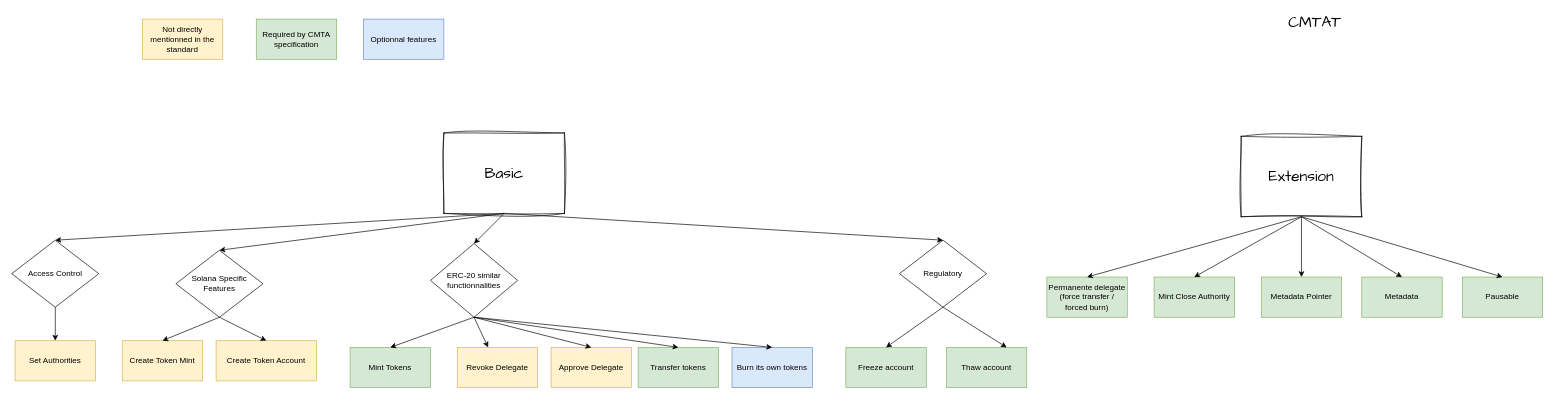
Above: page "extension" (2 of 2) of schema/solana-cmtat.drawio in CMTA/CMTAT_Solana (draw.io), before the change. Source tidied: cells renumbered, new cells numbered last; positions are measured from the earlier drawing's top-left corner, leaving out a move shared by most shapes. Both pictures are drawn from the tidied source at 67%, with x=0, y=0 at pixel (11, 12).
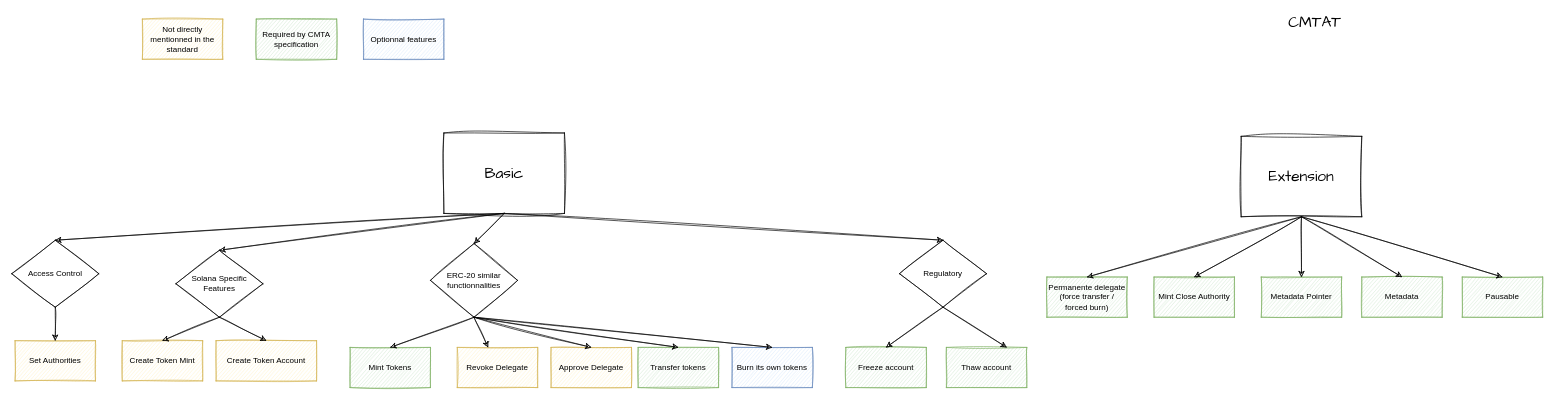
The same page after the edit.

Unchanged cells that the change refers to:
```xml
<mxCell id="2" value="Extension" style="rounded=0;whiteSpace=wrap;html=1;sketch=1;hachureGap=4;jiggle=2;fontFamily=Architects Daughter;fontSize=23;" parent="1" vertex="1">
  <mxGeometry x="1835" y="185" width="180" height="120" as="geometry" />
</mxCell>
<mxCell id="9" value="Basic" style="rounded=0;whiteSpace=wrap;html=1;sketch=1;hachureGap=4;jiggle=2;fontFamily=Architects Daughter;fontSize=23;" parent="1" vertex="1">
  <mxGeometry x="645" y="180" width="180" height="120" as="geometry" />
</mxCell>
```

What changed in the source:
```diff
@@
-    <mxCell id="4" value="Mint Close Authority" style="rounded=0;whiteSpace=wrap;html=1;fillColor=#d5e8d4;strokeColor=#82b366;" parent="1" vertex="1">
+    <mxCell id="4" value="Mint Close Authority" style="rounded=0;whiteSpace=wrap;html=1;fillColor=#d5e8d4;strokeColor=#82b366;sketch=1;" parent="1" vertex="1">
       <mxGeometry x="1705" y="395" width="120" height="60" as="geometry" />
     </mxCell>
-    <mxCell id="5" value="Permanente delegate&lt;br&gt;(force transfer / forced burn)" style="rounded=0;whiteSpace=wrap;html=1;fillColor=#d5e8d4;strokeColor=#82b366;" parent="1" vertex="1">
+    <mxCell id="5" value="Permanente delegate&lt;br&gt;(force transfer / forced burn)" style="rounded=0;whiteSpace=wrap;html=1;fillColor=#d5e8d4;strokeColor=#82b366;sketch=1;" parent="1" vertex="1">
       <mxGeometry x="1545" y="395" width="120" height="60" as="geometry" />
     </mxCell>
-    <mxCell id="6" value="Metadata Pointer" style="rounded=0;whiteSpace=wrap;html=1;fillColor=#d5e8d4;strokeColor=#82b366;" parent="1" vertex="1">
+    <mxCell id="6" value="Metadata Pointer" style="rounded=0;whiteSpace=wrap;html=1;fillColor=#d5e8d4;strokeColor=#82b366;sketch=1;" parent="1" vertex="1">
       <mxGeometry x="1865" y="395" width="120" height="60" as="geometry" />
     </mxCell>
-    <mxCell id="7" value="Metadata" style="rounded=0;whiteSpace=wrap;html=1;fillColor=#d5e8d4;strokeColor=#82b366;" parent="1" vertex="1">
+    <mxCell id="7" value="Metadata" style="rounded=0;whiteSpace=wrap;html=1;fillColor=#d5e8d4;strokeColor=#82b366;sketch=1;" parent="1" vertex="1">
       <mxGeometry x="2015" y="395" width="120" height="60" as="geometry" />
     </mxCell>
-    <mxCell id="8" value="Pausable" style="rounded=0;whiteSpace=wrap;html=1;fillColor=#d5e8d4;strokeColor=#82b366;" parent="1" vertex="1">
+    <mxCell id="8" value="Pausable" style="rounded=0;whiteSpace=wrap;html=1;fillColor=#d5e8d4;strokeColor=#82b366;sketch=1;" parent="1" vertex="1">
       <mxGeometry x="2165" y="395" width="120" height="60" as="geometry" />
     </mxCell>
@@
-    <mxCell id="10" style="endArrow=classic;html=1;rounded=0;exitX=0.5;exitY=1;exitDx=0;exitDy=0;entryX=0.5;entryY=0;entryDx=0;entryDy=0;" parent="1" edge="1" source="2" target="5">
+    <mxCell id="10" style="endArrow=classic;html=1;rounded=0;exitX=0.5;exitY=1;exitDx=0;exitDy=0;entryX=0.5;entryY=0;entryDx=0;entryDy=0;sketch=1;" parent="1" edge="1" source="2" target="5">
       <mxGeometry relative="1" as="geometry" />
     </mxCell>
-    <mxCell id="11" style="endArrow=classic;html=1;rounded=0;exitX=0.5;exitY=1;exitDx=0;exitDy=0;entryX=0.5;entryY=0;entryDx=0;entryDy=0;" parent="1" edge="1" source="2" target="4">
+    <mxCell id="11" style="endArrow=classic;html=1;rounded=0;exitX=0.5;exitY=1;exitDx=0;exitDy=0;entryX=0.5;entryY=0;entryDx=0;entryDy=0;sketch=1;" parent="1" edge="1" source="2" target="4">
       <mxGeometry relative="1" as="geometry" />
     </mxCell>
-    <mxCell id="12" style="endArrow=classic;html=1;rounded=0;exitX=0.5;exitY=1;exitDx=0;exitDy=0;entryX=0.5;entryY=0;entryDx=0;entryDy=0;" parent="1" edge="1" source="2" target="6">
+    <mxCell id="12" style="endArrow=classic;html=1;rounded=0;exitX=0.5;exitY=1;exitDx=0;exitDy=0;entryX=0.5;entryY=0;entryDx=0;entryDy=0;sketch=1;" parent="1" edge="1" source="2" target="6">
       <mxGeometry relative="1" as="geometry" />
     </mxCell>
-    <mxCell id="13" style="endArrow=classic;html=1;rounded=0;entryX=0.5;entryY=0;entryDx=0;entryDy=0;" parent="1" edge="1" target="7">
+    <mxCell id="13" style="endArrow=classic;html=1;rounded=0;entryX=0.5;entryY=0;entryDx=0;entryDy=0;sketch=1;" parent="1" edge="1" target="7">
       <mxGeometry relative="1" as="geometry">
         <mxPoint x="1925" y="305" as="sourcePoint" />
       </mxGeometry>
     </mxCell>
-    <mxCell id="14" style="endArrow=classic;html=1;rounded=0;entryX=0.5;entryY=0;entryDx=0;entryDy=0;" parent="1" edge="1" target="8">
+    <mxCell id="14" style="endArrow=classic;html=1;rounded=0;entryX=0.5;entryY=0;entryDx=0;entryDy=0;sketch=1;" parent="1" edge="1" target="8">
       <mxGeometry relative="1" as="geometry">
         <mxPoint x="1925" y="305" as="sourcePoint" />
       </mxGeometry>
     </mxCell>
-    <mxCell id="15" value="Create Token Mint" style="rounded=0;whiteSpace=wrap;html=1;fillColor=#fff2cc;strokeColor=#d6b656;" parent="1" vertex="1">
+    <mxCell id="15" value="Create Token Mint" style="rounded=0;whiteSpace=wrap;html=1;fillColor=#fff2cc;strokeColor=#d6b656;sketch=1;" parent="1" vertex="1">
       <mxGeometry x="165" y="490" width="120" height="60" as="geometry" />
     </mxCell>
-    <mxCell id="16" value="Revoke Delegate" style="rounded=0;whiteSpace=wrap;html=1;fillColor=#fff2cc;strokeColor=#d6b656;" parent="1" vertex="1">
+    <mxCell id="16" value="Revoke Delegate" style="rounded=0;whiteSpace=wrap;html=1;fillColor=#fff2cc;strokeColor=#d6b656;sketch=1;" parent="1" vertex="1">
       <mxGeometry x="665" y="500" width="120" height="60" as="geometry" />
     </mxCell>
-    <mxCell id="17" value="Burn its own tokens" style="rounded=0;whiteSpace=wrap;html=1;fillColor=#dae8fc;strokeColor=#6c8ebf;" parent="1" vertex="1">
+    <mxCell id="17" value="Burn its own tokens" style="rounded=0;whiteSpace=wrap;html=1;fillColor=#dae8fc;strokeColor=#6c8ebf;sketch=1;" parent="1" vertex="1">
       <mxGeometry x="1075" y="500" width="120" height="60" as="geometry" />
     </mxCell>
-    <mxCell id="18" value="Freeze account" style="rounded=0;whiteSpace=wrap;html=1;fillColor=#d5e8d4;strokeColor=#82b366;" parent="1" vertex="1">
+    <mxCell id="18" value="Freeze account" style="rounded=0;whiteSpace=wrap;html=1;fillColor=#d5e8d4;strokeColor=#82b366;sketch=1;" parent="1" vertex="1">
       <mxGeometry x="1245" y="500" width="120" height="60" as="geometry" />
     </mxCell>
-    <mxCell id="19" value="Solana Specific Features" style="rhombus;whiteSpace=wrap;html=1;" parent="1" vertex="1">
+    <mxCell id="19" value="Solana Specific Features" style="rhombus;whiteSpace=wrap;html=1;sketch=1;" parent="1" vertex="1">
       <mxGeometry x="245" y="355" width="130" height="100" as="geometry" />
     </mxCell>
-    <mxCell id="20" value="Create Token Account" style="rounded=0;whiteSpace=wrap;html=1;fillColor=#fff2cc;strokeColor=#d6b656;" parent="1" vertex="1">
+    <mxCell id="20" value="Create Token Account" style="rounded=0;whiteSpace=wrap;html=1;fillColor=#fff2cc;strokeColor=#d6b656;sketch=1;" parent="1" vertex="1">
       <mxGeometry x="305" y="490" width="150" height="60" as="geometry" />
     </mxCell>
-    <mxCell id="21" value="Mint Tokens" style="rounded=0;whiteSpace=wrap;html=1;fillColor=#d5e8d4;strokeColor=#82b366;" parent="1" vertex="1">
+    <mxCell id="21" value="Mint Tokens" style="rounded=0;whiteSpace=wrap;html=1;fillColor=#d5e8d4;strokeColor=#82b366;sketch=1;" parent="1" vertex="1">
       <mxGeometry x="505" y="500" width="120" height="60" as="geometry" />
     </mxCell>
-    <mxCell id="22" style="endArrow=classic;html=1;rounded=0;entryX=0.5;entryY=0;entryDx=0;entryDy=0;" parent="1" edge="1" target="19">
+    <mxCell id="22" style="endArrow=classic;html=1;rounded=0;entryX=0.5;entryY=0;entryDx=0;entryDy=0;sketch=1;" parent="1" edge="1" target="19">
       <mxGeometry relative="1" as="geometry">
         <mxPoint x="735" y="300" as="sourcePoint" />
       </mxGeometry>
     </mxCell>
-    <mxCell id="23" style="endArrow=classic;html=1;rounded=0;exitX=0.5;exitY=1;exitDx=0;exitDy=0;entryX=0.5;entryY=0;entryDx=0;entryDy=0;" parent="1" edge="1" source="19" target="15">
+    <mxCell id="23" style="endArrow=classic;html=1;rounded=0;exitX=0.5;exitY=1;exitDx=0;exitDy=0;entryX=0.5;entryY=0;entryDx=0;entryDy=0;sketch=1;" parent="1" edge="1" source="19" target="15">
       <mxGeometry relative="1" as="geometry" />
     </mxCell>
-    <mxCell id="24" style="endArrow=classic;html=1;rounded=0;entryX=0.5;entryY=0;entryDx=0;entryDy=0;exitX=0.5;exitY=1;exitDx=0;exitDy=0;" parent="1" edge="1" source="19" target="20">
+    <mxCell id="24" style="endArrow=classic;html=1;rounded=0;entryX=0.5;entryY=0;entryDx=0;entryDy=0;exitX=0.5;exitY=1;exitDx=0;exitDy=0;sketch=1;" parent="1" edge="1" source="19" target="20">
       <mxGeometry relative="1" as="geometry" />
     </mxCell>
-    <mxCell id="25" style="endArrow=classic;html=1;rounded=0;entryX=0.5;entryY=0;entryDx=0;entryDy=0;exitX=0.5;exitY=1;exitDx=0;exitDy=0;" parent="1" edge="1" source="27" target="21">
+    <mxCell id="25" style="endArrow=classic;html=1;rounded=0;entryX=0.5;entryY=0;entryDx=0;entryDy=0;exitX=0.5;exitY=1;exitDx=0;exitDy=0;sketch=1;" parent="1" edge="1" source="27" target="21">
       <mxGeometry relative="1" as="geometry" />
     </mxCell>
-    <mxCell id="26" value="Regulatory" style="rhombus;whiteSpace=wrap;html=1;" parent="1" vertex="1">
+    <mxCell id="26" value="Regulatory" style="rhombus;whiteSpace=wrap;html=1;sketch=1;" parent="1" vertex="1">
       <mxGeometry x="1325" y="340" width="130" height="100" as="geometry" />
     </mxCell>
-    <mxCell id="27" value="ERC-20 similar functionnalities" style="rhombus;whiteSpace=wrap;html=1;" parent="1" vertex="1">
+    <mxCell id="27" value="ERC-20 similar functionnalities" style="rhombus;whiteSpace=wrap;html=1;sketch=1;" parent="1" vertex="1">
       <mxGeometry x="625" y="345" width="130" height="110" as="geometry" />
     </mxCell>
-    <mxCell id="28" value="Approve Delegate" style="rounded=0;whiteSpace=wrap;html=1;fillColor=#fff2cc;strokeColor=#d6b656;" parent="1" vertex="1">
+    <mxCell id="28" value="Approve Delegate" style="rounded=0;whiteSpace=wrap;html=1;fillColor=#fff2cc;strokeColor=#d6b656;sketch=1;" parent="1" vertex="1">
       <mxGeometry x="805" y="500" width="120" height="60" as="geometry" />
     </mxCell>
-    <mxCell id="29" style="endArrow=classic;html=1;rounded=0;exitX=0.5;exitY=1;exitDx=0;exitDy=0;entryX=0.5;entryY=0;entryDx=0;entryDy=0;" parent="1" edge="1" source="9" target="27">
+    <mxCell id="29" style="endArrow=classic;html=1;rounded=0;exitX=0.5;exitY=1;exitDx=0;exitDy=0;entryX=0.5;entryY=0;entryDx=0;entryDy=0;sketch=1;" parent="1" edge="1" source="9" target="27">
       <mxGeometry relative="1" as="geometry" />
     </mxCell>
-    <mxCell id="30" style="endArrow=classic;html=1;rounded=0;exitX=0.5;exitY=1;exitDx=0;exitDy=0;" parent="1" edge="1" source="27" target="16">
+    <mxCell id="30" style="endArrow=classic;html=1;rounded=0;exitX=0.5;exitY=1;exitDx=0;exitDy=0;sketch=1;" parent="1" edge="1" source="27" target="16">
       <mxGeometry relative="1" as="geometry" />
     </mxCell>
-    <mxCell id="31" style="endArrow=classic;html=1;rounded=0;entryX=0.5;entryY=0;entryDx=0;entryDy=0;exitX=0.5;exitY=1;exitDx=0;exitDy=0;" parent="1" edge="1" source="27" target="28">
+    <mxCell id="31" style="endArrow=classic;html=1;rounded=0;entryX=0.5;entryY=0;entryDx=0;entryDy=0;exitX=0.5;exitY=1;exitDx=0;exitDy=0;sketch=1;" parent="1" edge="1" source="27" target="28">
       <mxGeometry relative="1" as="geometry" />
     </mxCell>
-    <mxCell id="32" value="Transfer tokens" style="rounded=0;whiteSpace=wrap;html=1;fillColor=#d5e8d4;strokeColor=#82b366;" parent="1" vertex="1">
+    <mxCell id="32" value="Transfer tokens" style="rounded=0;whiteSpace=wrap;html=1;fillColor=#d5e8d4;strokeColor=#82b366;sketch=1;" parent="1" vertex="1">
       <mxGeometry x="935" y="500" width="120" height="60" as="geometry" />
     </mxCell>
-    <mxCell id="33" style="endArrow=classic;html=1;rounded=0;entryX=0.5;entryY=0;entryDx=0;entryDy=0;exitX=0.5;exitY=1;exitDx=0;exitDy=0;" parent="1" edge="1" source="27" target="32">
+    <mxCell id="33" style="endArrow=classic;html=1;rounded=0;entryX=0.5;entryY=0;entryDx=0;entryDy=0;exitX=0.5;exitY=1;exitDx=0;exitDy=0;sketch=1;" parent="1" edge="1" source="27" target="32">
       <mxGeometry relative="1" as="geometry" />
     </mxCell>
-    <mxCell id="34" style="endArrow=classic;html=1;rounded=0;entryX=0.5;entryY=0;entryDx=0;entryDy=0;" parent="1" edge="1" target="26">
+    <mxCell id="34" style="endArrow=classic;html=1;rounded=0;entryX=0.5;entryY=0;entryDx=0;entryDy=0;sketch=1;" parent="1" edge="1" target="26">
       <mxGeometry relative="1" as="geometry">
         <mxPoint x="735" y="300" as="sourcePoint" />
       </mxGeometry>
     </mxCell>
-    <mxCell id="35" style="endArrow=classic;html=1;rounded=0;exitX=0.5;exitY=1;exitDx=0;exitDy=0;entryX=0.5;entryY=0;entryDx=0;entryDy=0;" parent="1" edge="1" source="27" target="17">
+    <mxCell id="35" style="endArrow=classic;html=1;rounded=0;exitX=0.5;exitY=1;exitDx=0;exitDy=0;entryX=0.5;entryY=0;entryDx=0;entryDy=0;sketch=1;" parent="1" edge="1" source="27" target="17">
       <mxGeometry relative="1" as="geometry" />
     </mxCell>
-    <mxCell id="36" value="Thaw account" style="rounded=0;whiteSpace=wrap;html=1;fillColor=#d5e8d4;strokeColor=#82b366;" parent="1" vertex="1">
+    <mxCell id="36" value="Thaw account" style="rounded=0;whiteSpace=wrap;html=1;fillColor=#d5e8d4;strokeColor=#82b366;sketch=1;" parent="1" vertex="1">
       <mxGeometry x="1395" y="500" width="120" height="60" as="geometry" />
     </mxCell>
-    <mxCell id="37" style="endArrow=classic;html=1;rounded=0;exitX=0.5;exitY=1;exitDx=0;exitDy=0;entryX=0.75;entryY=0;entryDx=0;entryDy=0;" parent="1" edge="1" source="26" target="36">
+    <mxCell id="37" style="endArrow=classic;html=1;rounded=0;exitX=0.5;exitY=1;exitDx=0;exitDy=0;entryX=0.75;entryY=0;entryDx=0;entryDy=0;sketch=1;" parent="1" edge="1" source="26" target="36">
       <mxGeometry relative="1" as="geometry" />
     </mxCell>
-    <mxCell id="38" style="endArrow=classic;html=1;rounded=0;exitX=0.5;exitY=1;exitDx=0;exitDy=0;entryX=0.5;entryY=0;entryDx=0;entryDy=0;" parent="1" edge="1" source="26" target="18">
+    <mxCell id="38" style="endArrow=classic;html=1;rounded=0;exitX=0.5;exitY=1;exitDx=0;exitDy=0;entryX=0.5;entryY=0;entryDx=0;entryDy=0;sketch=1;" parent="1" edge="1" source="26" target="18">
       <mxGeometry relative="1" as="geometry" />
     </mxCell>
-    <mxCell id="39" value="Access Control" style="rhombus;whiteSpace=wrap;html=1;" parent="1" vertex="1">
+    <mxCell id="39" value="Access Control" style="rhombus;whiteSpace=wrap;html=1;sketch=1;" parent="1" vertex="1">
       <mxGeometry y="340" width="130" height="100" as="geometry" />
     </mxCell>
-    <mxCell id="40" value="Set Authorities" style="rounded=0;whiteSpace=wrap;html=1;fillColor=#fff2cc;strokeColor=#d6b656;" parent="1" vertex="1">
+    <mxCell id="40" value="Set Authorities" style="rounded=0;whiteSpace=wrap;html=1;fillColor=#fff2cc;strokeColor=#d6b656;sketch=1;" parent="1" vertex="1">
       <mxGeometry x="5" y="490" width="120" height="60" as="geometry" />
     </mxCell>
-    <mxCell id="41" style="endArrow=classic;html=1;rounded=0;exitX=0.5;exitY=1;exitDx=0;exitDy=0;entryX=0.5;entryY=0;entryDx=0;entryDy=0;" parent="1" edge="1" source="39" target="40">
+    <mxCell id="41" style="endArrow=classic;html=1;rounded=0;exitX=0.5;exitY=1;exitDx=0;exitDy=0;entryX=0.5;entryY=0;entryDx=0;entryDy=0;sketch=1;" parent="1" edge="1" source="39" target="40">
       <mxGeometry relative="1" as="geometry" />
     </mxCell>
-    <mxCell id="42" style="endArrow=classic;html=1;rounded=0;exitX=0.5;exitY=1;exitDx=0;exitDy=0;entryX=0.5;entryY=0;entryDx=0;entryDy=0;" parent="1" edge="1" source="9" target="39">
+    <mxCell id="42" style="endArrow=classic;html=1;rounded=0;exitX=0.5;exitY=1;exitDx=0;exitDy=0;entryX=0.5;entryY=0;entryDx=0;entryDy=0;sketch=1;" parent="1" edge="1" source="9" target="39">
       <mxGeometry relative="1" as="geometry" />
     </mxCell>
-    <mxCell id="43" value="Not directly mentionned in the standard" style="rounded=0;whiteSpace=wrap;html=1;fillColor=#fff2cc;strokeColor=#d6b656;" parent="1" vertex="1">
+    <mxCell id="43" value="Not directly mentionned in the standard" style="rounded=0;whiteSpace=wrap;html=1;fillColor=#fff2cc;strokeColor=#d6b656;sketch=1;" parent="1" vertex="1">
       <mxGeometry x="195" y="10" width="120" height="60" as="geometry" />
     </mxCell>
-    <mxCell id="44" value="Required by CMTA specification" style="rounded=0;whiteSpace=wrap;html=1;fillColor=#d5e8d4;strokeColor=#82b366;" parent="1" vertex="1">
+    <mxCell id="44" value="Required by CMTA specification" style="rounded=0;whiteSpace=wrap;html=1;fillColor=#d5e8d4;strokeColor=#82b366;sketch=1;" parent="1" vertex="1">
       <mxGeometry x="365" y="10" width="120" height="60" as="geometry" />
     </mxCell>
-    <mxCell id="45" value="Optionnal features" style="rounded=0;whiteSpace=wrap;html=1;fillColor=#dae8fc;strokeColor=#6c8ebf;" parent="1" vertex="1">
+    <mxCell id="45" value="Optionnal features" style="rounded=0;whiteSpace=wrap;html=1;fillColor=#dae8fc;strokeColor=#6c8ebf;sketch=1;" parent="1" vertex="1">
       <mxGeometry x="525" y="10" width="120" height="60" as="geometry" />
     </mxCell>
```
